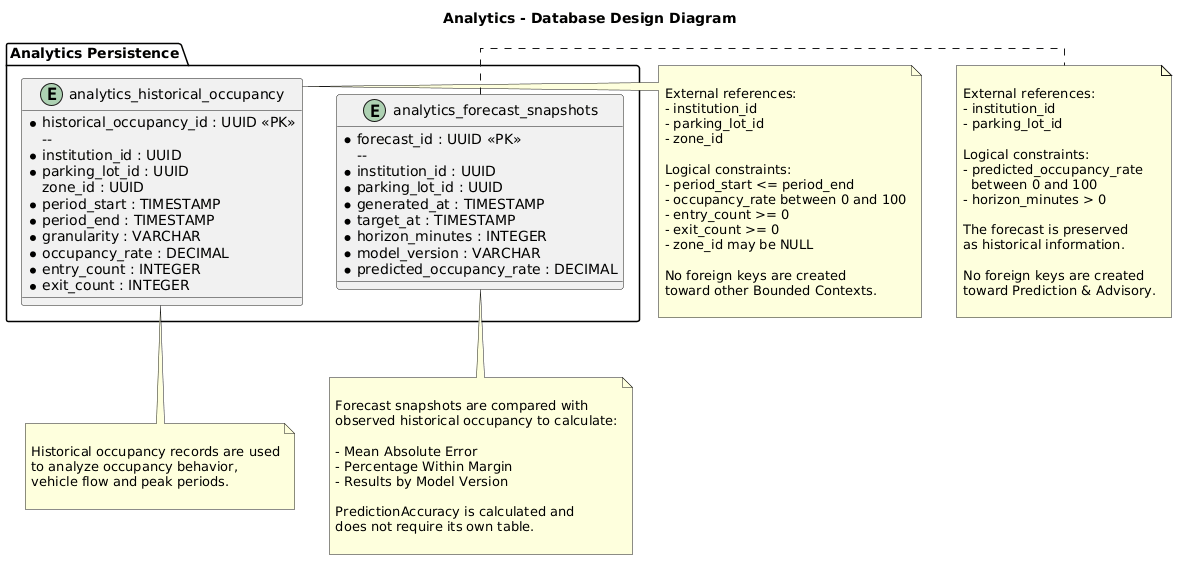
The PlantUML diagram assets/capitulo-05/AnalyticsDatabaseDesignDiagram.png in 1ASI0728-2620-9056-Quadrapp/quadrapp-project-report, before a commit. Its diagram source:
```plantuml
@startuml
title Analytics - Database Design Diagram

skinparam shadowing false
skinparam linetype ortho
skinparam entity {
    BackgroundColor White
    BorderColor Black
    FontColor Black
}

package "Analytics Persistence" {

    entity "analytics_historical_occupancy" as historicalOccupancy {

        * historical_occupancy_id : UUID <<PK>>
        --
        * institution_id : UUID
        * parking_lot_id : UUID
        zone_id : UUID
        * period_start : TIMESTAMP
        * period_end : TIMESTAMP
        * granularity : VARCHAR
        * occupancy_rate : DECIMAL
        * entry_count : INTEGER
        * exit_count : INTEGER
    }


    entity "analytics_forecast_snapshots" as forecastSnapshots {

        * forecast_id : UUID <<PK>>
        --
        * institution_id : UUID
        * parking_lot_id : UUID
        * generated_at : TIMESTAMP
        * target_at : TIMESTAMP
        * horizon_minutes : INTEGER
        * model_version : VARCHAR
        * predicted_occupancy_rate : DECIMAL
    }
}


note right of historicalOccupancy

External references:
- institution_id
- parking_lot_id
- zone_id

Logical constraints:
- period_start <= period_end
- occupancy_rate between 0 and 100
- entry_count >= 0
- exit_count >= 0
- zone_id may be NULL

No foreign keys are created
toward other Bounded Contexts.

end note


note right of forecastSnapshots

External references:
- institution_id
- parking_lot_id

Logical constraints:
- predicted_occupancy_rate
  between 0 and 100
- horizon_minutes > 0

The forecast is preserved
as historical information.

No foreign keys are created
toward Prediction & Advisory.

end note


note bottom of historicalOccupancy

Historical occupancy records are used
to analyze occupancy behavior,
vehicle flow and peak periods.

end note


note bottom of forecastSnapshots

Forecast snapshots are compared with
observed historical occupancy to calculate:

- Mean Absolute Error
- Percentage Within Margin
- Results by Model Version

PredictionAccuracy is calculated and
does not require its own table.

end note
@enduml
```
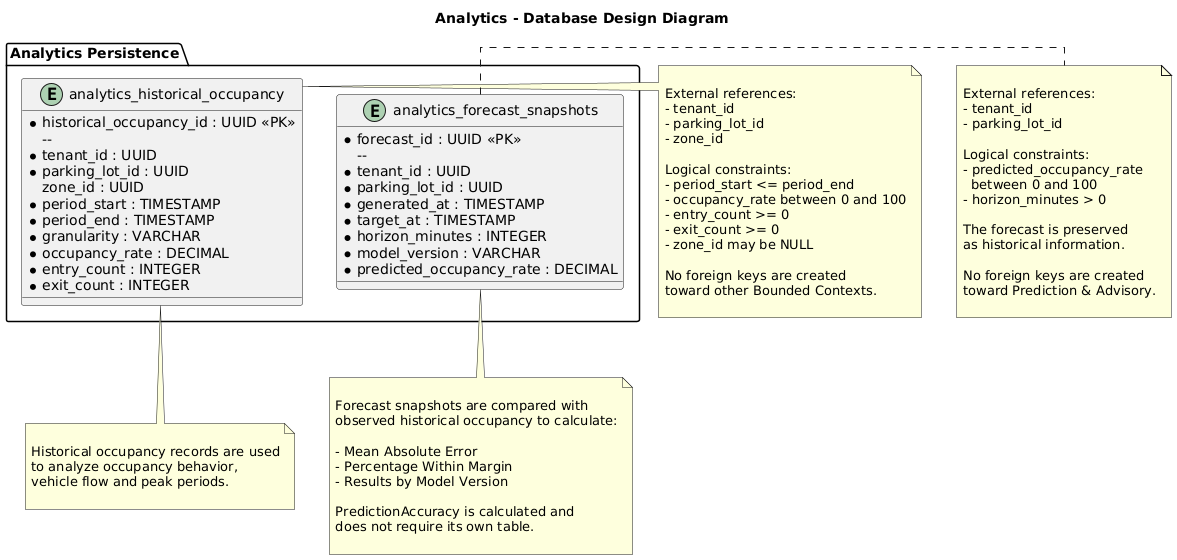
The same diagram one commit later.

Commit message:
docs(chapter-05): regenerate component, class and database diagrams

The edit, as a diff of the source:
```diff
@@ -15,7 +15,7 @@
 
         * historical_occupancy_id : UUID <<PK>>
         --
-        * institution_id : UUID
+        * tenant_id : UUID
         * parking_lot_id : UUID
         zone_id : UUID
         * period_start : TIMESTAMP
@@ -31,7 +31,7 @@
 
         * forecast_id : UUID <<PK>>
         --
-        * institution_id : UUID
+        * tenant_id : UUID
         * parking_lot_id : UUID
         * generated_at : TIMESTAMP
         * target_at : TIMESTAMP
@@ -45,7 +45,7 @@
 note right of historicalOccupancy
 
 External references:
-- institution_id
+- tenant_id
 - parking_lot_id
 - zone_id
 
@@ -65,7 +65,7 @@
 note right of forecastSnapshots
 
 External references:
-- institution_id
+- tenant_id
 - parking_lot_id
 
 Logical constraints:
```
